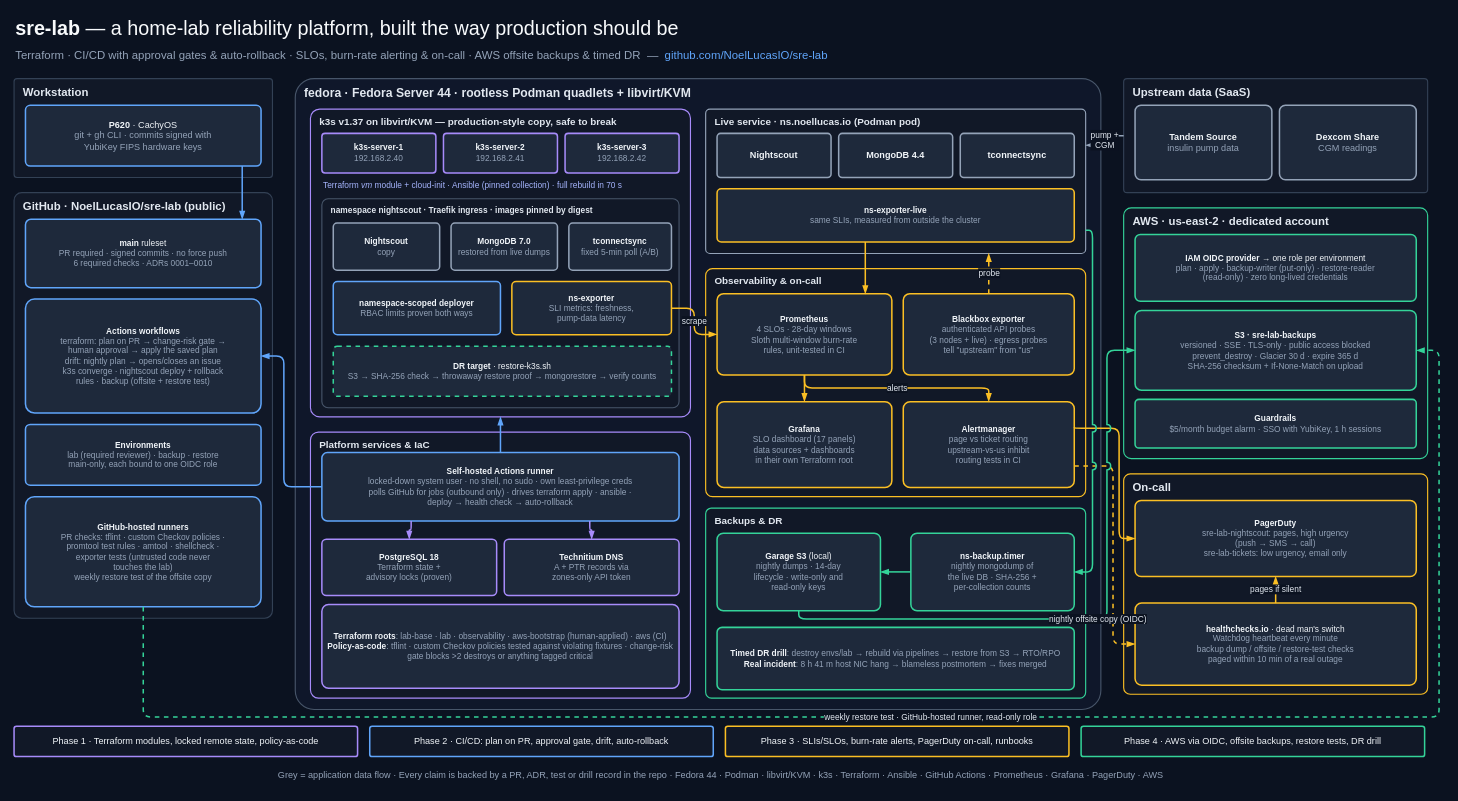
The draw.io diagram docs/architecture/sre-lab-architecture.drawio in NoelLucasIO/sre-lab, before the edit. Source tidied: cells renumbered, new cells numbered last; positions are measured from the earlier drawing's top-left corner, leaving out a move shared by most shapes. Both pictures are drawn from the tidied source at 76%, with x=0, y=0 at pixel (14, 13).
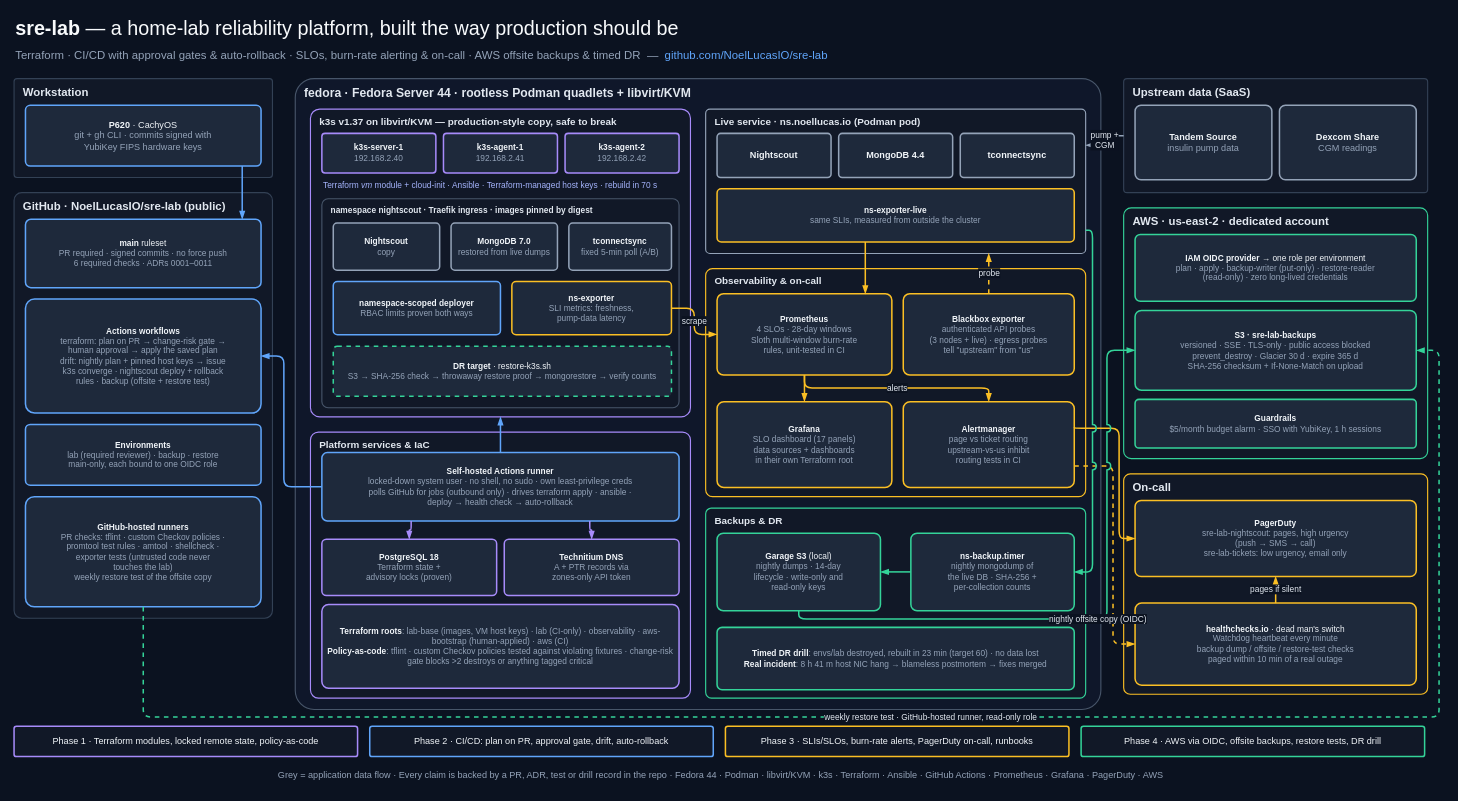
Above is the later version.

Commit message (it also covers changes not shown here):
README and architecture diagram: drill fixes rolled out

Unchanged cells that the change refers to:
```xml
<mxCell id="6" value="GitHub · NoelLucasIO/sre-lab (public)" style="rounded=1;arcSize=3;html=1;whiteSpace=wrap;fillColor=#111827;strokeColor=#334155;strokeWidth=1.5;fontColor=#E2E8F0;fontSize=15;fontStyle=1;verticalAlign=top;align=left;spacingLeft=10;spacingTop=2;" parent="1" vertex="1">
  <mxGeometry y="236" width="340" height="560" as="geometry" />
</mxCell>
<mxCell id="12" value="k3s v1.37 on libvirt/KVM — production-style copy, safe to break" style="rounded=1;arcSize=3;html=1;whiteSpace=wrap;fillColor=#111827;strokeColor=#A78BFA;strokeWidth=1.5;fontColor=#E2E8F0;fontSize=13;fontStyle=1;verticalAlign=top;align=left;spacingLeft=10;spacingTop=2;" parent="11" vertex="1">
  <mxGeometry x="20" y="40" width="500" height="405" as="geometry" />
</mxCell>
<mxCell id="34" value="Platform services &amp; IaC" style="rounded=1;arcSize=3;html=1;whiteSpace=wrap;fillColor=#111827;strokeColor=#A78BFA;strokeWidth=1.5;fontColor=#E2E8F0;fontSize=13;fontStyle=1;verticalAlign=top;align=left;spacingLeft=10;spacingTop=2;" parent="11" vertex="1">
  <mxGeometry x="20" y="465" width="500" height="350" as="geometry" />
</mxCell>
<mxCell id="39" value="Backups &amp; DR" style="rounded=1;arcSize=3;html=1;whiteSpace=wrap;fillColor=#111827;strokeColor=#34D399;strokeWidth=1.5;fontColor=#E2E8F0;fontSize=13;fontStyle=1;verticalAlign=top;align=left;spacingLeft=10;spacingTop=2;" parent="11" vertex="1">
  <mxGeometry x="540" y="565" width="500" height="250" as="geometry" />
</mxCell>
```

The edit, as a diff of the source:
```diff
@@
-    <mxCell id="7" value="&lt;b&gt;main&lt;/b&gt; ruleset&lt;br&gt;&lt;font color=&quot;#94A3B8&quot;&gt;PR required · signed commits · no force push&lt;br&gt;6 required checks · ADRs 0001–0010&lt;/font&gt;" style="rounded=1;arcSize=8;html=1;whiteSpace=wrap;fillColor=#1E293B;strokeColor=#60A5FA;strokeWidth=2;fontColor=#F1F5F9;fontSize=11;align=center;verticalAlign=middle;spacing=4;" parent="6" vertex="1">
+    <mxCell id="7" value="&lt;b&gt;main&lt;/b&gt; ruleset&lt;br&gt;&lt;font color=&quot;#94A3B8&quot;&gt;PR required · signed commits · no force push&lt;br&gt;6 required checks · ADRs 0001–0011&lt;/font&gt;" style="rounded=1;arcSize=8;html=1;whiteSpace=wrap;fillColor=#1E293B;strokeColor=#60A5FA;strokeWidth=2;fontColor=#F1F5F9;fontSize=11;align=center;verticalAlign=middle;spacing=4;" parent="6" vertex="1">
       <mxGeometry x="15" y="35" width="310" height="90" as="geometry" />
     </mxCell>
-    <mxCell id="8" value="&lt;b&gt;Actions workflows&lt;/b&gt;&lt;br&gt;&lt;font color=&quot;#94A3B8&quot;&gt;terraform: plan on PR → change-risk gate →&lt;br&gt;human approval → apply the saved plan&lt;br&gt;drift: nightly plan → opens/closes an issue&lt;br&gt;k3s converge · nightscout deploy + rollback&lt;br&gt;rules · backup (offsite + restore test)&lt;/font&gt;" style="rounded=1;arcSize=8;html=1;whiteSpace=wrap;fillColor=#1E293B;strokeColor=#60A5FA;strokeWidth=2;fontColor=#F1F5F9;fontSize=11;align=center;verticalAlign=middle;spacing=4;" parent="6" vertex="1">
+    <mxCell id="8" value="&lt;b&gt;Actions workflows&lt;/b&gt;&lt;br&gt;&lt;font color=&quot;#94A3B8&quot;&gt;terraform: plan on PR → change-risk gate →&lt;br&gt;human approval → apply the saved plan&lt;br&gt;drift: nightly plan + pinned host keys → issue&lt;br&gt;k3s converge · nightscout deploy + rollback&lt;br&gt;rules · backup (offsite + restore test)&lt;/font&gt;" style="rounded=1;arcSize=8;html=1;whiteSpace=wrap;fillColor=#1E293B;strokeColor=#60A5FA;strokeWidth=2;fontColor=#F1F5F9;fontSize=11;align=center;verticalAlign=middle;spacing=4;" parent="6" vertex="1">
       <mxGeometry x="15" y="140" width="310" height="150" as="geometry" />
     </mxCell>
@@
-    <mxCell id="14" value="&lt;b&gt;k3s-server-2&lt;/b&gt;&lt;br&gt;&lt;font color=&quot;#94A3B8&quot;&gt;192.168.2.41&lt;/font&gt;" style="rounded=1;arcSize=8;html=1;whiteSpace=wrap;fillColor=#1E293B;strokeColor=#A78BFA;strokeWidth=2;fontColor=#F1F5F9;fontSize=11;align=center;verticalAlign=middle;spacing=4;" parent="12" vertex="1">
+    <mxCell id="14" value="&lt;b&gt;k3s-agent-1&lt;/b&gt;&lt;br&gt;&lt;font color=&quot;#94A3B8&quot;&gt;192.168.2.41&lt;/font&gt;" style="rounded=1;arcSize=8;html=1;whiteSpace=wrap;fillColor=#1E293B;strokeColor=#A78BFA;strokeWidth=2;fontColor=#F1F5F9;fontSize=11;align=center;verticalAlign=middle;spacing=4;" parent="12" vertex="1">
       <mxGeometry x="175" y="32" width="150" height="52" as="geometry" />
     </mxCell>
-    <mxCell id="15" value="&lt;b&gt;k3s-server-3&lt;/b&gt;&lt;br&gt;&lt;font color=&quot;#94A3B8&quot;&gt;192.168.2.42&lt;/font&gt;" style="rounded=1;arcSize=8;html=1;whiteSpace=wrap;fillColor=#1E293B;strokeColor=#A78BFA;strokeWidth=2;fontColor=#F1F5F9;fontSize=11;align=center;verticalAlign=middle;spacing=4;" parent="12" vertex="1">
+    <mxCell id="15" value="&lt;b&gt;k3s-agent-2&lt;/b&gt;&lt;br&gt;&lt;font color=&quot;#94A3B8&quot;&gt;192.168.2.42&lt;/font&gt;" style="rounded=1;arcSize=8;html=1;whiteSpace=wrap;fillColor=#1E293B;strokeColor=#A78BFA;strokeWidth=2;fontColor=#F1F5F9;fontSize=11;align=center;verticalAlign=middle;spacing=4;" parent="12" vertex="1">
       <mxGeometry x="335" y="32" width="150" height="52" as="geometry" />
     </mxCell>
-    <mxCell id="16" value="Terraform &lt;i&gt;vm&lt;/i&gt; module + cloud-init · Ansible (pinned collection) · full rebuild in 70 s" style="text;html=1;whiteSpace=wrap;fontSize=11;fontColor=#A5B4FC;align=left;verticalAlign=middle;strokeColor=none;fillColor=none;" parent="12" vertex="1">
+    <mxCell id="16" value="Terraform &lt;i&gt;vm&lt;/i&gt; module + cloud-init · Ansible · Terraform-managed host keys · rebuild in 70 s" style="text;html=1;whiteSpace=wrap;fontSize=11;fontColor=#A5B4FC;align=left;verticalAlign=middle;strokeColor=none;fillColor=none;" parent="12" vertex="1">
       <mxGeometry x="15" y="88" width="470" height="24" as="geometry" />
     </mxCell>
@@
-    <mxCell id="38" value="&lt;b&gt;Terraform roots&lt;/b&gt;&lt;font color=&quot;#94A3B8&quot;&gt;: lab-base · lab · observability · aws-bootstrap (human-applied) · aws (CI)&lt;/font&gt;&lt;br&gt;&lt;b&gt;Policy-as-code&lt;/b&gt;&lt;font color=&quot;#94A3B8&quot;&gt;: tflint · custom Checkov policies tested against violating fixtures · change-risk gate blocks &amp;gt;2 destroys or anything tagged critical&lt;/font&gt;" style="rounded=1;arcSize=8;html=1;whiteSpace=wrap;fillColor=#1E293B;strokeColor=#A78BFA;strokeWidth=2;fontColor=#F1F5F9;fontSize=11;align=center;verticalAlign=middle;spacing=4;" parent="34" vertex="1">
+    <mxCell id="38" value="&lt;b&gt;Terraform roots&lt;/b&gt;&lt;font color=&quot;#94A3B8&quot;&gt;: lab-base (images, VM host keys) · lab (CI-only) · observability · aws-bootstrap (human-applied) · aws (CI)&lt;/font&gt;&lt;br&gt;&lt;b&gt;Policy-as-code&lt;/b&gt;&lt;font color=&quot;#94A3B8&quot;&gt;: tflint · custom Checkov policies tested against violating fixtures · change-risk gate blocks &amp;gt;2 destroys or anything tagged critical&lt;/font&gt;" style="rounded=1;arcSize=8;html=1;whiteSpace=wrap;fillColor=#1E293B;strokeColor=#A78BFA;strokeWidth=2;fontColor=#F1F5F9;fontSize=11;align=center;verticalAlign=middle;spacing=4;" parent="34" vertex="1">
       <mxGeometry x="15" y="227" width="470" height="110" as="geometry" />
     </mxCell>
@@
-    <mxCell id="42" value="&lt;b&gt;Timed DR drill&lt;/b&gt;&lt;font color=&quot;#94A3B8&quot;&gt;: destroy envs/lab → rebuild via pipelines → restore from S3 → RTO/RPO&lt;/font&gt;&lt;br&gt;&lt;b&gt;Real incident&lt;/b&gt;&lt;font color=&quot;#94A3B8&quot;&gt;: 8 h 41 m host NIC hang → blameless postmortem → fixes merged&lt;/font&gt;" style="rounded=1;arcSize=8;html=1;whiteSpace=wrap;fillColor=#1E293B;strokeColor=#34D399;strokeWidth=2;fontColor=#F1F5F9;fontSize=11;align=center;verticalAlign=middle;spacing=4;" parent="39" vertex="1">
+    <mxCell id="42" value="&lt;b&gt;Timed DR drill&lt;/b&gt;&lt;font color=&quot;#94A3B8&quot;&gt;: envs/lab destroyed, rebuilt in 23 min (target 60) · no data lost&lt;/font&gt;&lt;br&gt;&lt;b&gt;Real incident&lt;/b&gt;&lt;font color=&quot;#94A3B8&quot;&gt;: 8 h 41 m host NIC hang → blameless postmortem → fixes merged&lt;/font&gt;" style="rounded=1;arcSize=8;html=1;whiteSpace=wrap;fillColor=#1E293B;strokeColor=#34D399;strokeWidth=2;fontColor=#F1F5F9;fontSize=11;align=center;verticalAlign=middle;spacing=4;" parent="39" vertex="1">
       <mxGeometry x="15" y="157" width="470" height="82" as="geometry" />
     </mxCell>
```
